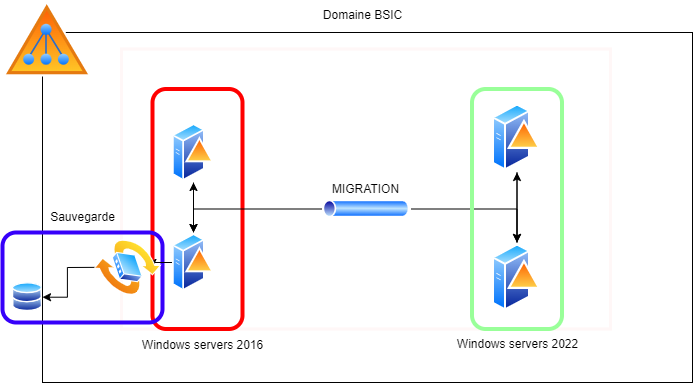
Before: Diagramme sans nom.drawio.png, a diagram exported from draw.io (Ktkjf/entrainement_wordpress). Source tidied: cells renumbered, new cells last; positions are measured from the earlier drawing's top-left corner, leaving out a move shared by most shapes.
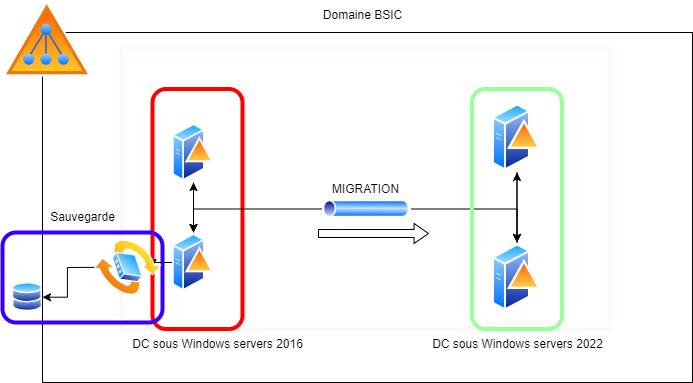
After the change.

Commit message:
Mettre à jour Diagramme sans nom.drawio.png

The edit, as a diff of the source:
```diff
@@ -68,14 +68,17 @@
     <mxCell id="23" value="Domaine BSIC" style="text;html=1;align=center;verticalAlign=middle;strokeColor=none;fillColor=none;" parent="1" vertex="1">
       <mxGeometry x="310" width="100" height="30" as="geometry" />
     </mxCell>
-    <mxCell id="24" value="Windows servers 2016" style="text;html=1;align=center;verticalAlign=middle;strokeColor=none;fillColor=none;" parent="1" vertex="1">
-      <mxGeometry x="130" y="330" width="140" height="30" as="geometry" />
+    <mxCell id="24" value="DC sous Windows servers 2016" style="text;html=1;align=center;verticalAlign=middle;strokeColor=none;fillColor=none;" parent="1" vertex="1">
+      <mxGeometry x="120" y="328.5" width="190" height="30" as="geometry" />
     </mxCell>
-    <mxCell id="25" value="Windows servers 2022" style="text;html=1;align=center;verticalAlign=middle;strokeColor=none;fillColor=none;" parent="1" vertex="1">
-      <mxGeometry x="444.5" y="328.5" width="140" height="30" as="geometry" />
+    <mxCell id="25" value="DC sous Windows servers 2022" style="text;html=1;align=center;verticalAlign=middle;strokeColor=none;fillColor=none;" parent="1" vertex="1">
+      <mxGeometry x="419.5" y="328.5" width="190" height="30" as="geometry" />
     </mxCell>
     <mxCell id="26" value="Sauvegarde" style="text;html=1;align=center;verticalAlign=middle;strokeColor=none;fillColor=none;" parent="1" vertex="1">
       <mxGeometry x="35" y="202" width="90" height="30" as="geometry" />
     </mxCell>
+    <mxCell id="27" style="shape=singleArrow;whiteSpace=wrap;html=1;arrowWidth=0.3986053466796875;arrowSize=0.13128121115944602;" parent="1" vertex="1">
+      <mxGeometry x="316" y="223" width="110" height="20" as="geometry" />
+    </mxCell>
   </root>
 </mxGraphModel>
```
